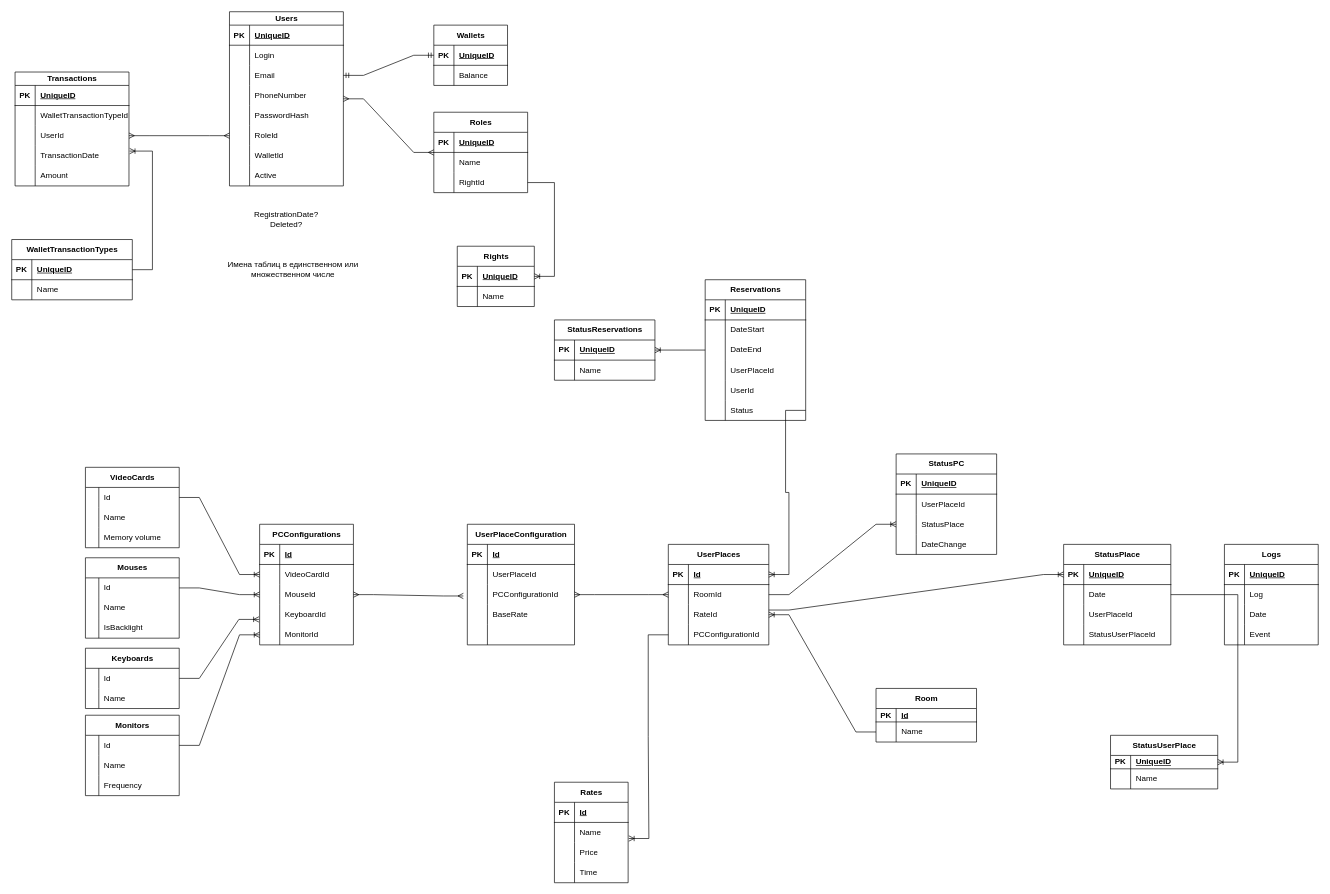
Above: ER night-meerkats.drawio in IIeasyII/night-meerkats (draw.io), before the change. Source tidied: cells renumbered, new cells numbered last; positions are measured from the earlier drawing's top-left corner, leaving out a move shared by most shapes. Both pictures are drawn from the tidied source at 67%, with x=0, y=0 at pixel (11, 11).
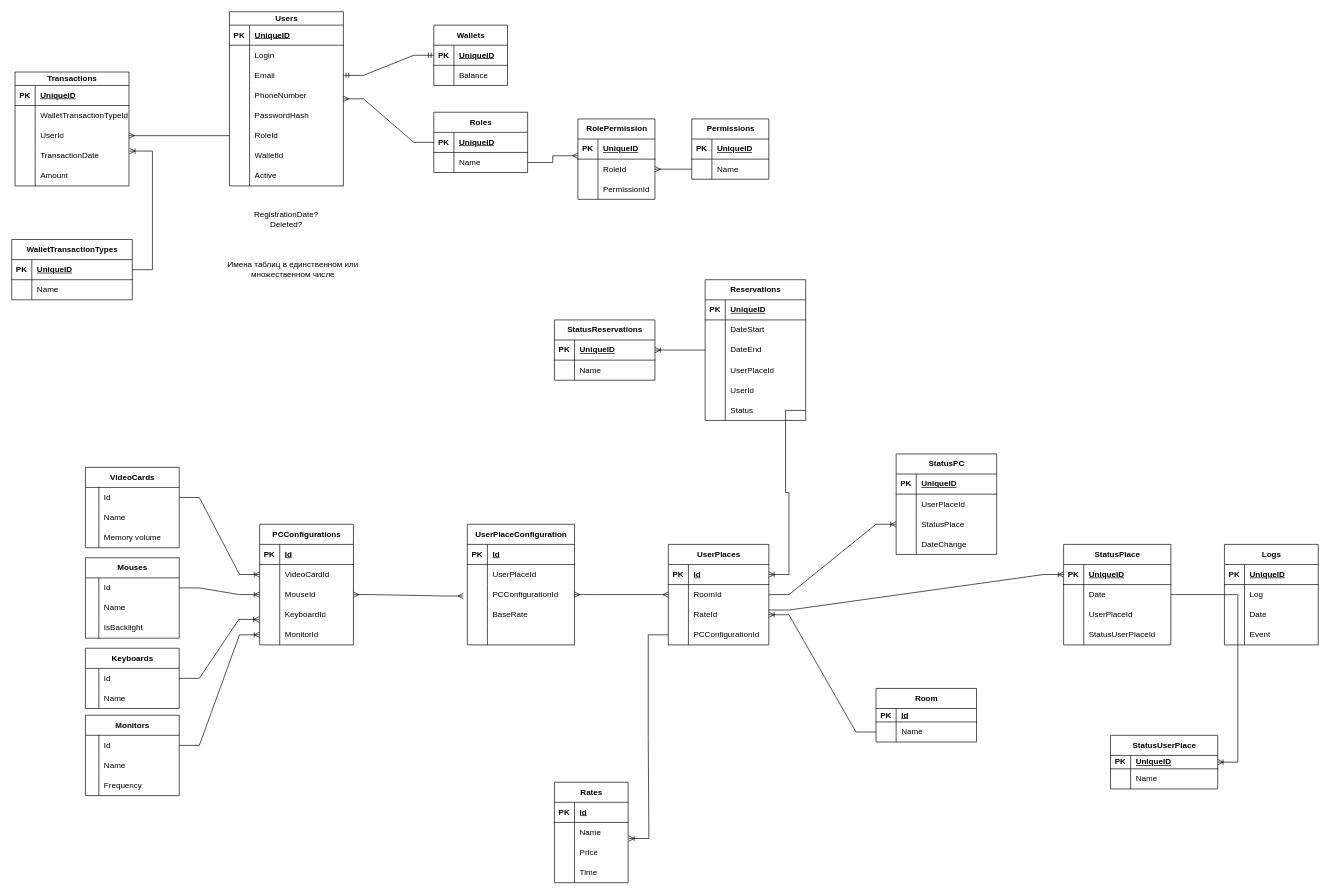
The same diagram, later.

Unchanged cells that the change refers to:
```xml
<mxCell id="6" style="shape=tableRow;horizontal=0;startSize=0;swimlaneHead=0;swimlaneBody=0;fillColor=none;points=[[0,0.5],[1,0.5]];portConstraint=eastwest;top=0;left=0;right=0;bottom=0;" parent="2" vertex="1">
  <mxGeometry y="60" width="140" height="30" as="geometry" />
</mxCell>
<mxCell id="16" style="shape=tableRow;horizontal=0;startSize=0;swimlaneHead=0;swimlaneBody=0;fillColor=none;points=[[0,0.5],[1,0.5]];portConstraint=eastwest;top=0;left=0;right=0;bottom=0;" parent="12" vertex="1">
  <mxGeometry y="60" width="115" height="30" as="geometry" />
</mxCell>
<mxCell id="26" value="Users" style="shape=table;startSize=20;childLayout=tableLayout;rowLines=0;fontStyle=1;align=center;html=1;" parent="1" vertex="1">
  <mxGeometry x="325" width="170" height="260" as="geometry" />
</mxCell>
<mxCell id="42" style="shape=tableRow;horizontal=0;startSize=0;swimlaneHead=0;swimlaneBody=0;fillColor=none;points=[[0,0.5],[1,0.5]];portConstraint=eastwest;top=0;left=0;right=0;bottom=0;" parent="26" vertex="1">
  <mxGeometry y="170" width="170" height="30" as="geometry" />
</mxCell>
<mxCell id="196" style="shape=tableRow;horizontal=0;startSize=0;swimlaneHead=0;swimlaneBody=0;fillColor=none;points=[[0,0.5],[1,0.5]];portConstraint=eastwest;top=0;left=0;right=0;bottom=0;" parent="189" vertex="1">
  <mxGeometry y="80" width="170" height="30" as="geometry" />
</mxCell>
```

Diff of the diagram source:
```diff
@@
     <mxCell id="2" value="Roles" style="shape=table;startSize=30;childLayout=tableLayout;rowLines=0;fontStyle=1;align=center;html=1;" parent="1" vertex="1">
-      <mxGeometry x="630" y="150" width="140" height="120" as="geometry" />
+      <mxGeometry x="630" y="150" width="140" height="90" as="geometry" />
     </mxCell>
@@
-    <mxCell id="9" style="shape=tableRow;horizontal=0;startSize=0;swimlaneHead=0;swimlaneBody=0;fillColor=none;points=[[0,0.5],[1,0.5]];portConstraint=eastwest;top=0;left=0;right=0;bottom=0;" parent="2" vertex="1">
-      <mxGeometry y="90" width="140" height="30" as="geometry" />
-    </mxCell>
-    <mxCell id="10" style="shape=partialRectangle;fillColor=none;top=0;left=0;bottom=0;right=0;overflow=hidden;whiteSpace=wrap;html=1;" parent="9" vertex="1">
-      <mxGeometry width="30" height="30" as="geometry" />
-    </mxCell>
-    <mxCell id="11" value="RightId" style="shape=partialRectangle;fillColor=none;top=0;left=0;bottom=0;right=0;align=left;spacingLeft=6;overflow=hidden;whiteSpace=wrap;html=1;" parent="9" vertex="1">
-      <mxGeometry x="30" width="110" height="30" as="geometry" />
-    </mxCell>
-    <mxCell id="12" value="Rights" style="shape=table;startSize=30;childLayout=tableLayout;rowLines=0;fontStyle=1;align=center;html=1;" parent="1" vertex="1">
-      <mxGeometry x="665" y="350" width="115" height="90" as="geometry" />
+    <mxCell id="12" value="Permissions" style="shape=table;startSize=30;childLayout=tableLayout;rowLines=0;fontStyle=1;align=center;html=1;" parent="1" vertex="1">
+      <mxGeometry x="1015" y="160" width="115" height="90" as="geometry" />
     </mxCell>
@@
-    <mxCell id="179" style="edgeStyle=entityRelationEdgeStyle;fontSize=12;html=1;endArrow=ERmany;startArrow=ERmany;rounded=0;" parent="1" edge="1" source="2" target="26">
+    <mxCell id="179" style="edgeStyle=entityRelationEdgeStyle;fontSize=12;html=1;endArrow=ERmany;startArrow=none;rounded=0;endFill=0;startFill=0;" parent="1" edge="1" source="2" target="26">
       <mxGeometry relative="1" as="geometry">
         <Array as="points">
           <mxPoint x="270" y="770" />
         </Array>
       </mxGeometry>
     </mxCell>
@@
-    <mxCell id="181" style="edgeStyle=entityRelationEdgeStyle;fontSize=12;html=1;endArrow=ERmany;startArrow=ERmany;rounded=0;exitX=1;exitY=0.5;exitDx=0;exitDy=0;" parent="1" edge="1" source="196" target="42">
+    <mxCell id="181" style="edgeStyle=entityRelationEdgeStyle;fontSize=12;html=1;endArrow=none;startArrow=ERmany;rounded=0;exitX=1;exitY=0.5;exitDx=0;exitDy=0;endFill=0;" parent="1" edge="1" source="196" target="42">
       <mxGeometry relative="1" as="geometry" />
     </mxCell>
@@
-    <mxCell id="187" style="edgeStyle=entityRelationEdgeStyle;fontSize=12;html=1;endArrow=ERoneToMany;exitX=1;exitY=0.5;exitDx=0;exitDy=0;rounded=0;" parent="1" edge="1" source="9" target="12">
-      <mxGeometry relative="1" as="geometry" />
-    </mxCell>
@@
+    <mxCell id="268" value="RolePermission" style="shape=table;startSize=30;childLayout=tableLayout;rowLines=0;fontStyle=1;align=center;html=1;" parent="1" vertex="1">
+      <mxGeometry x="845" y="160" width="115" height="120" as="geometry" />
+    </mxCell>
+    <mxCell id="269" style="shape=tableRow;horizontal=0;startSize=0;swimlaneHead=0;swimlaneBody=0;fillColor=none;top=0;left=0;right=0;bottom=1;" parent="268" vertex="1">
+      <mxGeometry y="30" width="115" height="30" as="geometry" />
+    </mxCell>
+    <mxCell id="270" value="PK" style="shape=partialRectangle;fillColor=none;top=0;left=0;bottom=0;right=0;fontStyle=1;overflow=hidden;whiteSpace=wrap;html=1;" parent="269" vertex="1">
+      <mxGeometry width="30" height="30" as="geometry" />
+    </mxCell>
+    <mxCell id="271" value="UniqueID" style="shape=partialRectangle;fillColor=none;top=0;left=0;bottom=0;right=0;align=left;spacingLeft=6;fontStyle=5;overflow=hidden;whiteSpace=wrap;html=1;" parent="269" vertex="1">
+      <mxGeometry x="30" width="85" height="30" as="geometry" />
+    </mxCell>
+    <mxCell id="272" style="shape=tableRow;horizontal=0;startSize=0;swimlaneHead=0;swimlaneBody=0;fillColor=none;points=[[0,0.5],[1,0.5]];portConstraint=eastwest;top=0;left=0;right=0;bottom=0;" parent="268" vertex="1">
+      <mxGeometry y="60" width="115" height="30" as="geometry" />
+    </mxCell>
+    <mxCell id="273" style="shape=partialRectangle;fillColor=none;top=0;left=0;bottom=0;right=0;overflow=hidden;whiteSpace=wrap;html=1;" parent="272" vertex="1">
+      <mxGeometry width="30" height="30" as="geometry" />
+    </mxCell>
+    <mxCell id="274" value="&lt;div&gt;RoleId&lt;/div&gt;" style="shape=partialRectangle;fillColor=none;top=0;left=0;bottom=0;right=0;align=left;spacingLeft=6;overflow=hidden;whiteSpace=wrap;html=1;" parent="272" vertex="1">
+      <mxGeometry x="30" width="85" height="30" as="geometry" />
+    </mxCell>
+    <mxCell id="275" style="shape=tableRow;horizontal=0;startSize=0;swimlaneHead=0;swimlaneBody=0;fillColor=none;top=0;left=0;right=0;bottom=0;" parent="268" vertex="1">
+      <mxGeometry y="90" width="115" height="30" as="geometry" />
+    </mxCell>
+    <mxCell id="276" style="shape=partialRectangle;fillColor=none;top=0;left=0;bottom=0;right=0;overflow=hidden;whiteSpace=wrap;html=1;" parent="275" vertex="1">
+      <mxGeometry width="30" height="30" as="geometry" />
+    </mxCell>
+    <mxCell id="277" value="PermissionId" style="shape=partialRectangle;fillColor=none;top=0;left=0;bottom=0;right=0;align=left;spacingLeft=6;overflow=hidden;whiteSpace=wrap;html=1;" parent="275" vertex="1">
+      <mxGeometry x="30" width="85" height="30" as="geometry" />
+    </mxCell>
+    <mxCell id="278" style="edgeStyle=orthogonalEdgeStyle;rounded=0;jettySize=auto;html=1;exitX=1;exitY=0.5;exitDx=0;exitDy=0;entryX=0;entryY=-0.167;entryDx=0;entryDy=0;entryPerimeter=0;endArrow=ERmany;endFill=0;" parent="1" edge="1" source="6" target="272">
+      <mxGeometry relative="1" as="geometry" />
+    </mxCell>
+    <mxCell id="279" style="edgeStyle=orthogonalEdgeStyle;rounded=0;jettySize=auto;html=1;exitX=1;exitY=0.5;exitDx=0;exitDy=0;entryX=0;entryY=0.5;entryDx=0;entryDy=0;endArrow=none;endFill=0;startArrow=ERmany;startFill=0;" parent="1" edge="1" source="272" target="16">
+      <mxGeometry relative="1" as="geometry" />
+    </mxCell>
```
